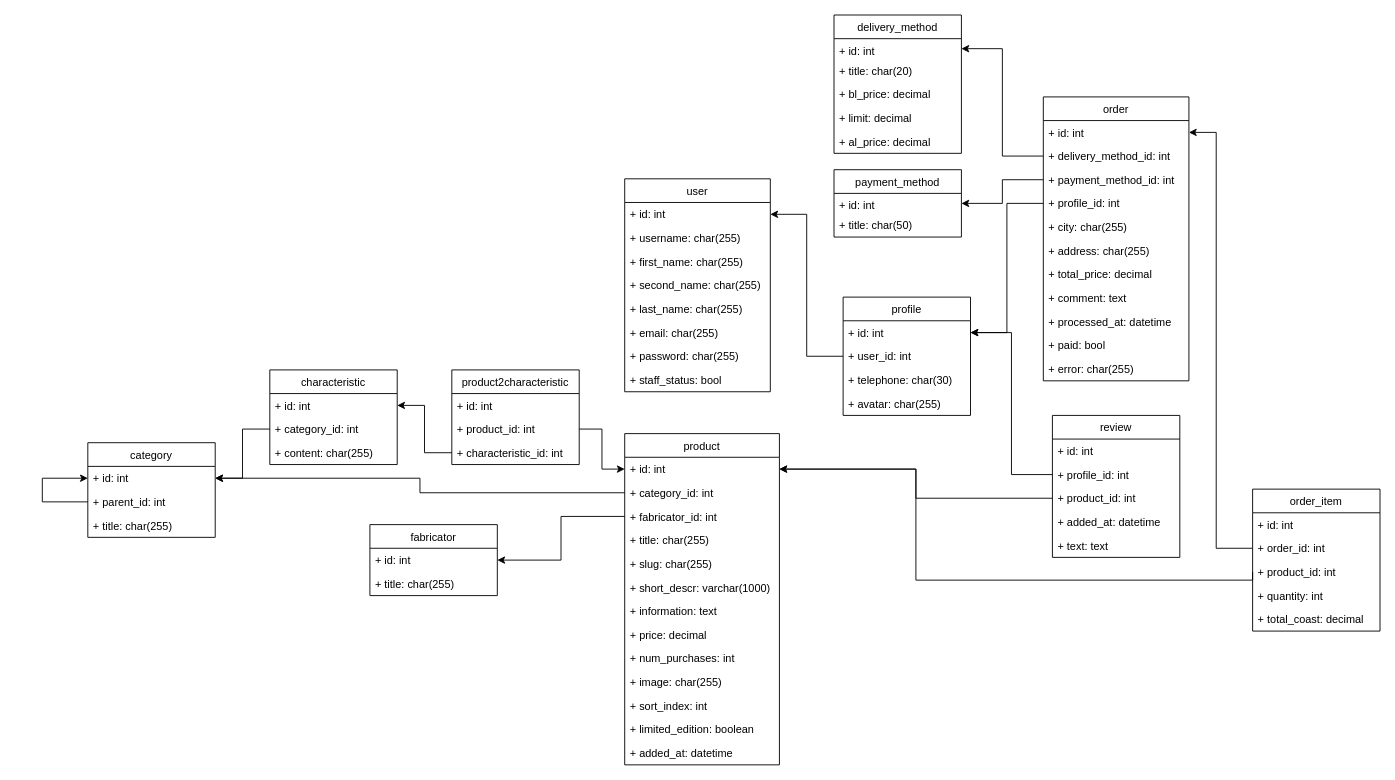
This is planning/scheme.drawio from Molecula80/megano, a draw.io file, before an edit. Source tidied: cells renumbered, new cells numbered last; positions are measured from the earlier drawing's top-left corner, leaving out a move shared by most shapes. Both pictures are drawn from the tidied source at 91%, with x=0, y=0 at pixel (42, 15).
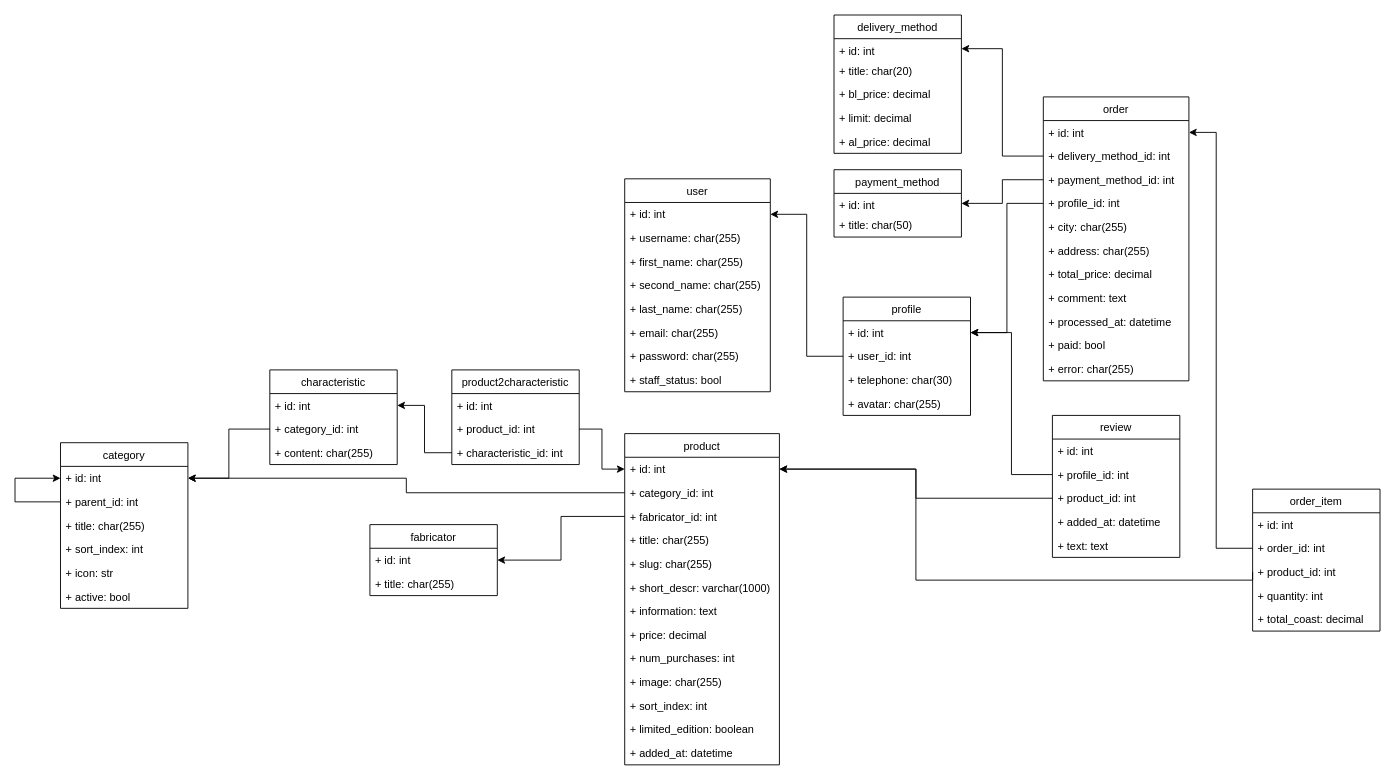
After the change.

What changed in the source:
```diff
@@
     <mxCell id="28" value="category" style="swimlane;fontStyle=0;horizontal=1;startSize=26;fillColor=none;" parent="1" vertex="1">
-      <mxGeometry x="50" y="470" width="140" height="104" as="geometry" />
+      <mxGeometry x="20" y="470" width="140" height="182" as="geometry" />
     </mxCell>
@@
+    <mxCell id="92" value="+ sort_index: int" style="text;strokeColor=none;fillColor=none;align=left;verticalAlign=top;spacingLeft=4;spacingRight=4;overflow=hidden;" parent="28" vertex="1">
+      <mxGeometry y="104" width="140" height="26" as="geometry" />
+    </mxCell>
+    <mxCell id="93" value="+ icon: str" style="text;strokeColor=none;fillColor=none;align=left;verticalAlign=top;spacingLeft=4;spacingRight=4;overflow=hidden;" parent="28" vertex="1">
+      <mxGeometry y="130" width="140" height="26" as="geometry" />
+    </mxCell>
+    <mxCell id="94" value="+ active: bool" style="text;strokeColor=none;fillColor=none;align=left;verticalAlign=top;spacingLeft=4;spacingRight=4;overflow=hidden;" parent="28" vertex="1">
+      <mxGeometry y="156" width="140" height="26" as="geometry" />
+    </mxCell>
```
